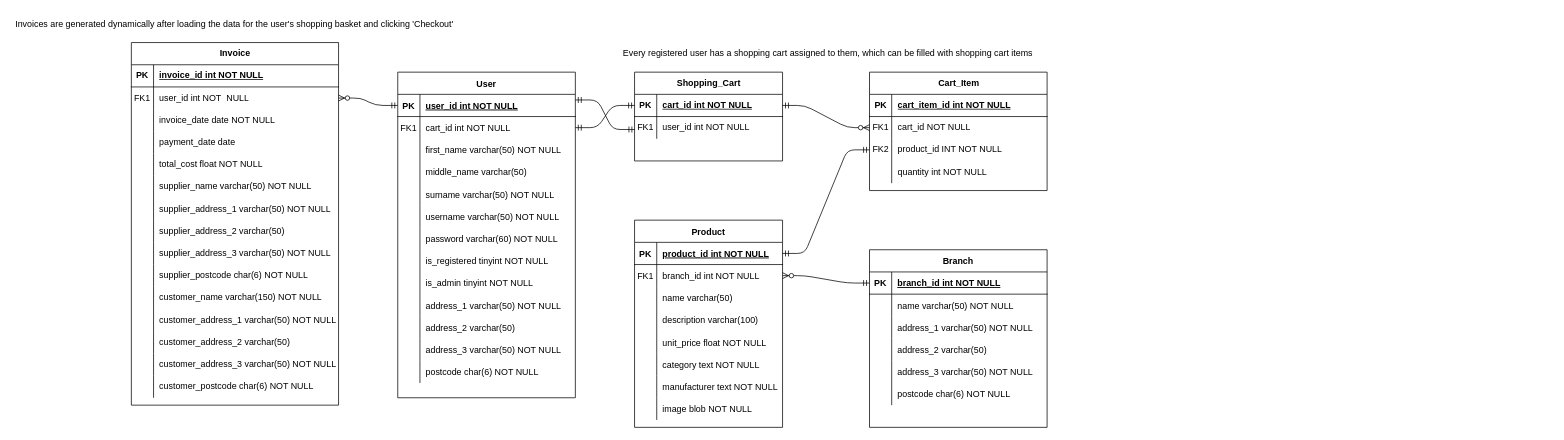
Earlier version of the draw.io diagram ERD Diagram/Entity Relationship Diagram.drawio (Vani0904/Team-Project-Inventory-System). Source tidied: cells renumbered, new cells numbered last; positions are measured from the earlier drawing's top-left corner, leaving out a move shared by most shapes. Both pictures are drawn from the tidied source at 74%, with x=0, y=0 at pixel (12, 13).
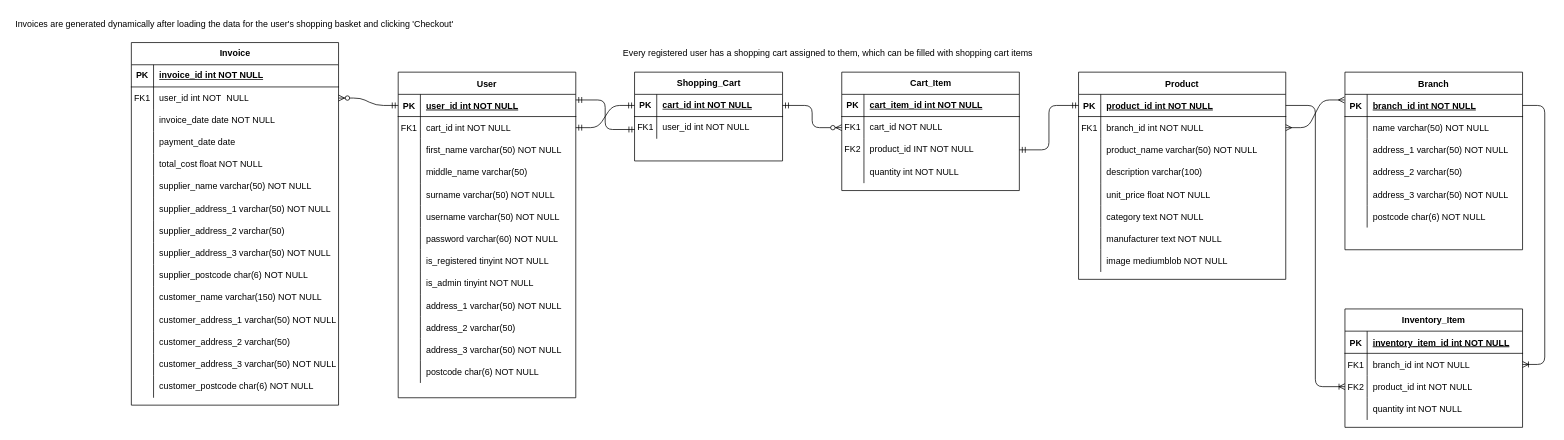
Above is the later version.

Commit message (it also covers changes not shown here):
Fixed attribute names/types +added invoice_items

The change refers to these unchanged cells:
```xml
<mxCell id="28" style="shape=partialRectangle;fillColor=none;points=[[0,0.5],[1,0.5]];portConstraint=eastwest;top=0;left=0;right=0;bottom=1;" parent="27" vertex="1">
  <mxGeometry y="30" width="240" height="30" as="geometry" />
</mxCell>
<mxCell id="31" style="shape=partialRectangle;fillColor=none;points=[[0,0.5],[1,0.5]];portConstraint=eastwest;top=0;left=0;right=0;bottom=0;" parent="27" vertex="1">
  <mxGeometry y="60" width="240" height="30" as="geometry" />
</mxCell>
<mxCell id="69" style="shape=partialRectangle;fillColor=none;points=[[0,0.5],[1,0.5]];portConstraint=eastwest;top=0;left=0;right=0;bottom=1;" parent="68" vertex="1">
  <mxGeometry y="30" width="240" height="30" as="geometry" />
</mxCell>
<mxCell id="134" style="shape=tableRow;horizontal=0;startSize=0;swimlaneHead=0;swimlaneBody=0;fillColor=none;points=[[0,0.5],[1,0.5]];portConstraint=eastwest;top=0;left=0;right=0;bottom=1;" parent="133" vertex="1">
  <mxGeometry y="30" width="200" height="30" as="geometry" />
</mxCell>
<mxCell id="137" style="shape=tableRow;horizontal=0;startSize=0;swimlaneHead=0;swimlaneBody=0;fillColor=none;points=[[0,0.5],[1,0.5]];portConstraint=eastwest;top=0;left=0;right=0;bottom=0;" parent="133" vertex="1">
  <mxGeometry y="60" width="200" height="30" as="geometry" />
</mxCell>
<mxCell id="144" style="shape=tableRow;horizontal=0;startSize=0;swimlaneHead=0;swimlaneBody=0;fillColor=none;points=[[0,0.5],[1,0.5]];portConstraint=eastwest;top=0;left=0;right=0;bottom=0;" parent="140" vertex="1">
  <mxGeometry y="60" width="240" height="30" as="geometry" />
</mxCell>
<mxCell id="147" style="shape=tableRow;horizontal=0;startSize=0;swimlaneHead=0;swimlaneBody=0;fillColor=none;points=[[0,0.5],[1,0.5]];portConstraint=eastwest;top=0;left=0;right=0;bottom=0;" parent="140" vertex="1">
  <mxGeometry y="90" width="240" height="30" as="geometry" />
</mxCell>
```

The edit, as a diff of the source:
```diff
@@
     <mxCell id="2" value="Product" style="shape=table;startSize=30;childLayout=tableLayout;rowLines=0;fontStyle=1;align=center;" parent="1" vertex="1">
-      <mxGeometry x="841" y="280" width="200" height="280" as="geometry" />
+      <mxGeometry x="1441" y="80" width="280" height="280" as="geometry" />
     </mxCell>
     <mxCell id="3" style="shape=partialRectangle;fillColor=none;points=[[0,0.5],[1,0.5]];portConstraint=eastwest;top=0;left=0;right=0;bottom=1;" parent="2" vertex="1">
-      <mxGeometry y="30" width="200" height="30" as="geometry" />
+      <mxGeometry y="30" width="280" height="30" as="geometry" />
     </mxCell>
@@
     <mxCell id="5" value="product_id int NOT NULL " style="shape=partialRectangle;overflow=hidden;fillColor=none;top=0;left=0;bottom=0;right=0;align=left;spacingLeft=6;fontStyle=5;" parent="3" vertex="1">
-      <mxGeometry x="30" width="170" height="30" as="geometry" />
+      <mxGeometry x="30" width="250" height="30" as="geometry" />
     </mxCell>
     <mxCell id="6" style="shape=partialRectangle;fillColor=none;points=[[0,0.5],[1,0.5]];portConstraint=eastwest;top=0;left=0;right=0;bottom=0;" parent="2" vertex="1">
-      <mxGeometry y="60" width="200" height="30" as="geometry" />
+      <mxGeometry y="60" width="280" height="30" as="geometry" />
     </mxCell>
@@
     <mxCell id="8" value="branch_id int NOT NULL" style="shape=partialRectangle;overflow=hidden;fillColor=none;top=0;left=0;bottom=0;right=0;align=left;spacingLeft=6;" parent="6" vertex="1">
-      <mxGeometry x="30" width="170" height="30" as="geometry" />
+      <mxGeometry x="30" width="250" height="30" as="geometry" />
     </mxCell>
     <mxCell id="9" style="shape=partialRectangle;fillColor=none;top=0;left=0;right=0;bottom=0;" parent="2" vertex="1">
-      <mxGeometry y="90" width="200" height="30" as="geometry" />
+      <mxGeometry y="90" width="280" height="30" as="geometry" />
     </mxCell>
@@
-    <mxCell id="11" value="name varchar(50)" style="shape=partialRectangle;overflow=hidden;fillColor=none;top=0;left=0;bottom=0;right=0;align=left;spacingLeft=6;" parent="9" vertex="1">
-      <mxGeometry x="30" width="170" height="30" as="geometry" />
+    <mxCell id="11" value="product_name varchar(50) NOT NULL" style="shape=partialRectangle;overflow=hidden;fillColor=none;top=0;left=0;bottom=0;right=0;align=left;spacingLeft=6;" parent="9" vertex="1">
+      <mxGeometry x="30" width="250" height="30" as="geometry" />
     </mxCell>
     <mxCell id="12" style="shape=partialRectangle;fillColor=none;top=0;left=0;right=0;bottom=0;" parent="2" vertex="1">
-      <mxGeometry y="120" width="200" height="30" as="geometry" />
+      <mxGeometry y="120" width="280" height="30" as="geometry" />
     </mxCell>
@@
     <mxCell id="14" value="description varchar(100)" style="shape=partialRectangle;overflow=hidden;fillColor=none;top=0;left=0;bottom=0;right=0;align=left;spacingLeft=6;" parent="12" vertex="1">
-      <mxGeometry x="30" width="170" height="30" as="geometry" />
+      <mxGeometry x="30" width="250" height="30" as="geometry" />
     </mxCell>
     <mxCell id="15" style="shape=partialRectangle;fillColor=none;top=0;left=0;right=0;bottom=0;" parent="2" vertex="1">
-      <mxGeometry y="150" width="200" height="30" as="geometry" />
+      <mxGeometry y="150" width="280" height="30" as="geometry" />
     </mxCell>
@@
     <mxCell id="17" value="unit_price float NOT NULL" style="shape=partialRectangle;overflow=hidden;fillColor=none;top=0;left=0;bottom=0;right=0;align=left;spacingLeft=6;" parent="15" vertex="1">
-      <mxGeometry x="30" width="170" height="30" as="geometry" />
+      <mxGeometry x="30" width="250" height="30" as="geometry" />
     </mxCell>
     <mxCell id="18" style="shape=partialRectangle;fillColor=none;top=0;left=0;right=0;bottom=0;" parent="2" vertex="1">
-      <mxGeometry y="180" width="200" height="30" as="geometry" />
+      <mxGeometry y="180" width="280" height="30" as="geometry" />
     </mxCell>
@@
     <mxCell id="20" value="category text NOT NULL" style="shape=partialRectangle;overflow=hidden;fillColor=none;top=0;left=0;bottom=0;right=0;align=left;spacingLeft=6;" parent="18" vertex="1">
-      <mxGeometry x="30" width="170" height="30" as="geometry" />
+      <mxGeometry x="30" width="250" height="30" as="geometry" />
     </mxCell>
     <mxCell id="21" style="shape=partialRectangle;fillColor=none;top=0;left=0;right=0;bottom=0;" parent="2" vertex="1">
-      <mxGeometry y="210" width="200" height="30" as="geometry" />
+      <mxGeometry y="210" width="280" height="30" as="geometry" />
     </mxCell>
@@
     <mxCell id="23" value="manufacturer text NOT NULL" style="shape=partialRectangle;overflow=hidden;fillColor=none;top=0;left=0;bottom=0;right=0;align=left;spacingLeft=6;" parent="21" vertex="1">
-      <mxGeometry x="30" width="170" height="30" as="geometry" />
+      <mxGeometry x="30" width="250" height="30" as="geometry" />
     </mxCell>
     <mxCell id="24" style="shape=partialRectangle;fillColor=none;top=0;left=0;right=0;bottom=0;" parent="2" vertex="1">
-      <mxGeometry y="240" width="200" height="30" as="geometry" />
+      <mxGeometry y="240" width="280" height="30" as="geometry" />
     </mxCell>
@@
-    <mxCell id="26" value="image blob NOT NULL" style="shape=partialRectangle;overflow=hidden;fillColor=none;top=0;left=0;bottom=0;right=0;align=left;spacingLeft=6;" parent="24" vertex="1">
-      <mxGeometry x="30" width="170" height="30" as="geometry" />
+    <mxCell id="26" value="image mediumblob NOT NULL" style="shape=partialRectangle;overflow=hidden;fillColor=none;top=0;left=0;bottom=0;right=0;align=left;spacingLeft=6;" parent="24" vertex="1">
+      <mxGeometry x="30" width="250" height="30" as="geometry" />
     </mxCell>
     <mxCell id="27" value="User" style="shape=table;startSize=30;childLayout=tableLayout;rowLines=0;fontStyle=1;align=center;" parent="1" vertex="1">
-      <mxGeometry x="521" y="80" width="240" height="440" as="geometry" />
+      <mxGeometry x="521.6" y="80" width="240" height="440" as="geometry" />
     </mxCell>
@@
-    <mxCell id="67" style="edgeStyle=entityRelationEdgeStyle;fontSize=12;html=1;endArrow=ERzeroToMany;startArrow=ERmandOne;rounded=1;curved=0;entryX=1;entryY=0.5;entryDx=0;entryDy=0;" parent="1" edge="1" source="69" target="6">
-      <mxGeometry relative="1" as="geometry">
-        <Array as="points">
-          <mxPoint x="871" y="830" />
-        </Array>
-      </mxGeometry>
-    </mxCell>
     <mxCell id="68" value="Branch" style="shape=table;startSize=30;childLayout=tableLayout;rowLines=0;fontStyle=1;align=center;" parent="1" vertex="1">
-      <mxGeometry x="1158.5" y="320" width="240" height="240" as="geometry" />
+      <mxGeometry x="1801" y="80" width="240" height="240" as="geometry" />
     </mxCell>
@@
     <mxCell id="140" value="Cart_Item" style="shape=table;startSize=30;childLayout=tableLayout;rowLines=0;fontStyle=1;align=center;html=1;" parent="1" vertex="1">
-      <mxGeometry x="1158.5" y="80" width="240" height="160" as="geometry" />
+      <mxGeometry x="1121" y="80" width="240" height="160" as="geometry" />
     </mxCell>
@@
-    <mxCell id="153" style="edgeStyle=entityRelationEdgeStyle;fontSize=12;html=1;endArrow=ERzeroToMany;startArrow=ERmandOne;rounded=1;curved=0;entryX=0;entryY=0.5;entryDx=0;entryDy=0;" parent="1" edge="1" source="134" target="144">
-      <mxGeometry relative="1" as="geometry">
-        <Array as="points">
-          <mxPoint x="1101" y="385" />
-          <mxPoint x="1101" y="365" />
-        </Array>
-      </mxGeometry>
+    <mxCell id="153" style="edgeStyle=elbowEdgeStyle;fontSize=12;html=1;endArrow=ERzeroToMany;startArrow=ERmandOne;rounded=1;entryX=0;entryY=0.5;entryDx=0;entryDy=0;exitX=1;exitY=0.5;exitDx=0;exitDy=0;" parent="1" edge="1" source="134" target="144">
+      <mxGeometry relative="1" as="geometry" />
     </mxCell>
-    <mxCell id="154" style="edgeStyle=entityRelationEdgeStyle;fontSize=12;html=1;endArrow=ERmandOne;startArrow=ERmandOne;rounded=1;entryX=0.002;entryY=0.583;entryDx=0;entryDy=0;curved=0;exitX=1;exitY=0.253;exitDx=0;exitDy=0;exitPerimeter=0;entryPerimeter=0;" parent="1" edge="1" source="28" target="137">
+    <mxCell id="154" style="edgeStyle=orthogonalEdgeStyle;fontSize=12;html=1;endArrow=ERmandOne;startArrow=ERmandOne;rounded=1;entryX=0.002;entryY=0.583;entryDx=0;entryDy=0;exitX=1;exitY=0.253;exitDx=0;exitDy=0;exitPerimeter=0;entryPerimeter=0;" parent="1" edge="1" source="28" target="137">
       <mxGeometry relative="1" as="geometry" />
     </mxCell>
@@
-    <mxCell id="156" style="edgeStyle=entityRelationEdgeStyle;fontSize=12;html=1;endArrow=ERmandOne;startArrow=ERmandOne;rounded=1;exitX=1;exitY=0.5;exitDx=0;exitDy=0;entryX=0;entryY=0.5;entryDx=0;entryDy=0;curved=0;" parent="1" edge="1" source="3" target="147">
+    <mxCell id="156" style="edgeStyle=orthogonalEdgeStyle;fontSize=12;html=1;endArrow=ERmandOne;startArrow=ERmandOne;rounded=1;exitX=0;exitY=0.5;exitDx=0;exitDy=0;entryX=1;entryY=0.5;entryDx=0;entryDy=0;" parent="1" edge="1" source="3" target="147">
       <mxGeometry relative="1" as="geometry" />
     </mxCell>
-    <mxCell id="157" style="edgeStyle=entityRelationEdgeStyle;fontSize=12;html=1;endArrow=ERmandOne;startArrow=ERmandOne;rounded=1;exitX=1;exitY=0.5;exitDx=0;exitDy=0;curved=0;" parent="1" edge="1" source="31" target="134">
+    <mxCell id="157" style="edgeStyle=entityRelationEdgeStyle;fontSize=12;html=1;endArrow=ERmandOne;startArrow=ERmandOne;rounded=1;exitX=1;exitY=0.5;exitDx=0;exitDy=0;curved=0;strokeColor=default;" parent="1" edge="1" source="31" target="134">
       <mxGeometry relative="1" as="geometry" />
     </mxCell>
@@
+    <mxCell id="160" value="Inventory_Item" style="shape=table;startSize=30;childLayout=tableLayout;rowLines=0;fontStyle=1;align=center;" parent="1" vertex="1">
+      <mxGeometry x="1801" y="400" width="240" height="160" as="geometry" />
+    </mxCell>
+    <mxCell id="161" style="shape=partialRectangle;fillColor=none;top=0;left=0;right=0;bottom=1;" parent="160" vertex="1">
+      <mxGeometry y="30" width="240" height="30" as="geometry" />
+    </mxCell>
+    <mxCell id="162" value="PK" style="shape=partialRectangle;overflow=hidden;fillColor=none;top=0;left=0;bottom=0;right=0;fontStyle=1;" parent="161" vertex="1">
+      <mxGeometry width="30" height="30" as="geometry" />
+    </mxCell>
+    <mxCell id="163" value="inventory_item_id int NOT NULL " style="shape=partialRectangle;overflow=hidden;fillColor=none;top=0;left=0;bottom=0;right=0;align=left;spacingLeft=6;fontStyle=5;" parent="161" vertex="1">
+      <mxGeometry x="30" width="210" height="30" as="geometry" />
+    </mxCell>
+    <mxCell id="164" style="shape=partialRectangle;fillColor=none;points=[[0,0.5],[1,0.5]];portConstraint=eastwest;top=0;left=0;right=0;bottom=0;" parent="160" vertex="1">
+      <mxGeometry y="60" width="240" height="30" as="geometry" />
+    </mxCell>
+    <mxCell id="165" value="FK1" style="shape=partialRectangle;overflow=hidden;fillColor=none;top=0;left=0;bottom=0;right=0;" parent="164" vertex="1">
+      <mxGeometry width="30" height="30" as="geometry" />
+    </mxCell>
+    <mxCell id="166" value="branch_id int NOT NULL" style="shape=partialRectangle;overflow=hidden;fillColor=none;top=0;left=0;bottom=0;right=0;align=left;spacingLeft=6;" parent="164" vertex="1">
+      <mxGeometry x="30" width="210" height="30" as="geometry" />
+    </mxCell>
+    <mxCell id="167" style="shape=partialRectangle;fillColor=none;points=[[0,0.5],[1,0.5]];portConstraint=eastwest;top=0;left=0;right=0;bottom=0;" parent="160" vertex="1">
+      <mxGeometry y="90" width="240" height="30" as="geometry" />
+    </mxCell>
+    <mxCell id="168" value="FK2" style="shape=partialRectangle;overflow=hidden;fillColor=none;top=0;left=0;bottom=0;right=0;" parent="167" vertex="1">
+      <mxGeometry width="30" height="30" as="geometry" />
+    </mxCell>
+    <mxCell id="169" value="product_id int NOT NULL" style="shape=partialRectangle;overflow=hidden;fillColor=none;top=0;left=0;bottom=0;right=0;align=left;spacingLeft=6;" parent="167" vertex="1">
+      <mxGeometry x="30" width="210" height="30" as="geometry" />
+    </mxCell>
+    <mxCell id="170" style="shape=partialRectangle;fillColor=none;top=0;left=0;right=0;bottom=0;" parent="160" vertex="1">
+      <mxGeometry y="120" width="240" height="30" as="geometry" />
+    </mxCell>
+    <mxCell id="171" style="shape=partialRectangle;overflow=hidden;fillColor=none;top=0;left=0;bottom=0;right=0;" parent="170" vertex="1">
+      <mxGeometry width="30" height="30" as="geometry" />
+    </mxCell>
+    <mxCell id="172" value="quantity int NOT NULL" style="shape=partialRectangle;overflow=hidden;fillColor=none;top=0;left=0;bottom=0;right=0;align=left;spacingLeft=6;" parent="170" vertex="1">
+      <mxGeometry x="30" width="210" height="30" as="geometry" />
+    </mxCell>
+    <mxCell id="173" style="edgeStyle=entityRelationEdgeStyle;fontSize=12;html=1;endArrow=ERoneToMany;rounded=1;entryX=1;entryY=0.5;entryDx=0;entryDy=0;exitX=1;exitY=0.5;exitDx=0;exitDy=0;targetPerimeterSpacing=0;" parent="1" edge="1" source="69" target="164">
+      <mxGeometry relative="1" as="geometry" />
+    </mxCell>
+    <mxCell id="174" style="edgeStyle=entityRelationEdgeStyle;fontSize=12;html=1;endArrow=ERmany;startArrow=ERmany;rounded=1;entryX=-0.003;entryY=0.253;entryDx=0;entryDy=0;curved=0;entryPerimeter=0;exitX=1;exitY=0.5;exitDx=0;exitDy=0;" parent="1" edge="1" source="6" target="69">
+      <mxGeometry relative="1" as="geometry" />
+    </mxCell>
+    <mxCell id="175" style="edgeStyle=orthogonalEdgeStyle;fontSize=12;html=1;endArrow=ERoneToMany;rounded=1;entryX=0;entryY=0.5;entryDx=0;entryDy=0;exitX=1;exitY=0.5;exitDx=0;exitDy=0;" parent="1" edge="1" source="3" target="167">
+      <mxGeometry relative="1" as="geometry" />
+    </mxCell>
```
